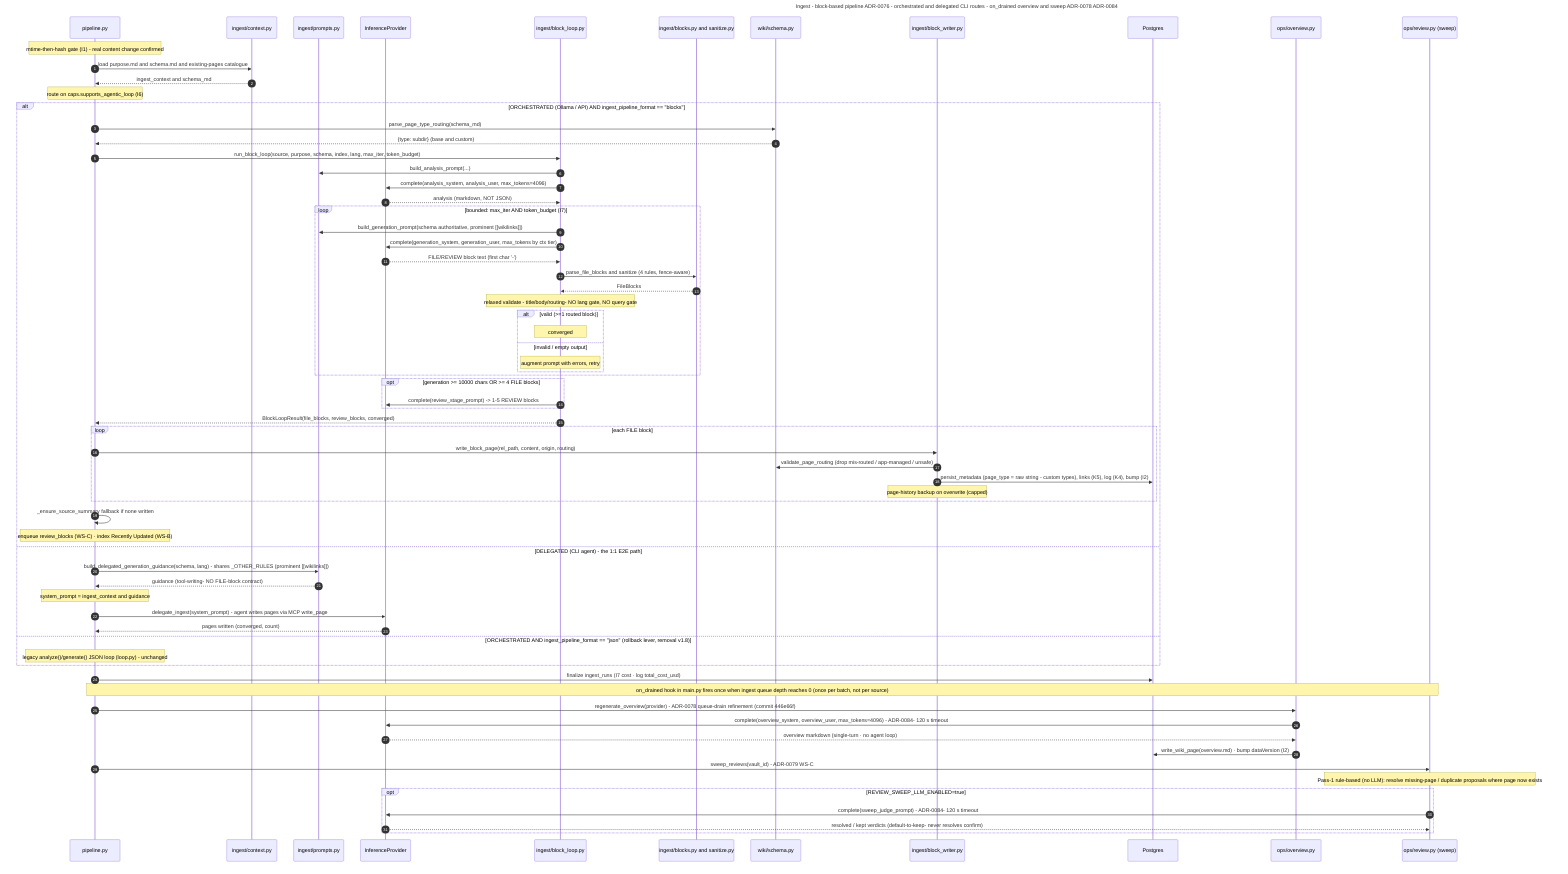
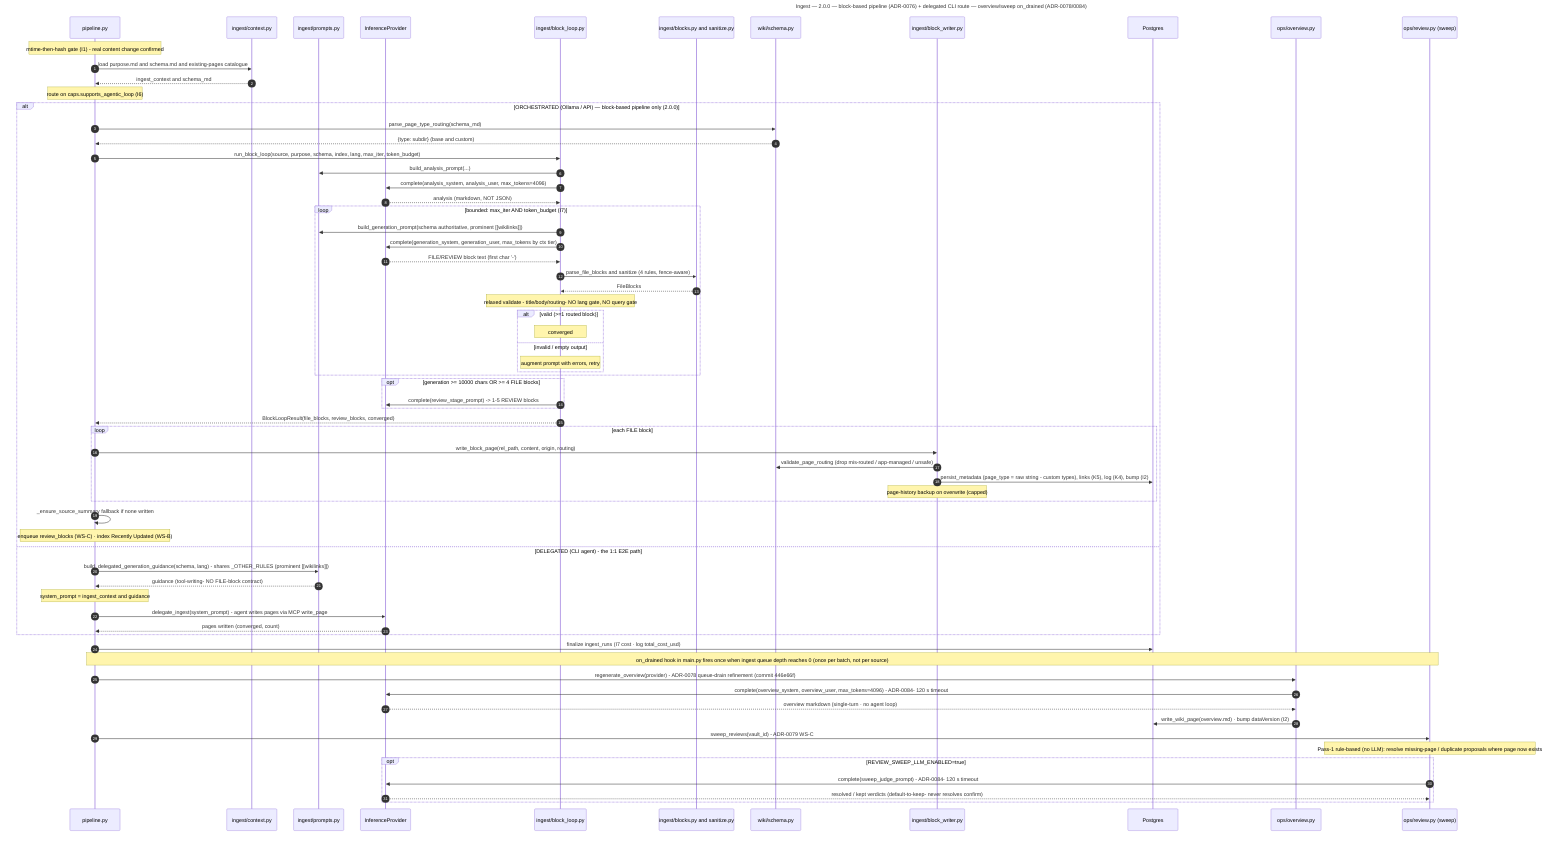
sequenceDiagram
-     %% Generated: v1.7.0 | 2026-07-14 | ADR-0076 block-based ingest pipeline · ADR-0078 refinement · ADR-0084
-     title Ingest - block-based pipeline ADR-0076 - orchestrated and delegated CLI routes - on_drained overview and sweep ADR-0078 ADR-0084
+     %% Generated: v2.0.0 docs/2.0.0-veritieri | 2026-07-17 | ADR-0076 block-based ingest pipeline · ADR-0078 refinement · ADR-0084
+     %% 2.0.0 BC-1: legacy JSON pipeline path (app.ingest.loop / ingest_pipeline_format="json") REMOVED.
+     %% Only the block-based orchestrated path and the CLI delegated path remain.
+     title Ingest — 2.0.0 — block-based pipeline (ADR-0076) + delegated CLI route — overview/sweep on_drained (ADR-0078/0084)
    autonumber

    participant PL as pipeline.py
    participant CTX as ingest/context.py
    participant PR as ingest/prompts.py
    participant P as InferenceProvider
    participant BL as ingest/block_loop.py
    participant BK as ingest/blocks.py and sanitize.py
    participant SC as wiki/schema.py
    participant BW as ingest/block_writer.py
    participant PG as Postgres
    participant OV as ops/overview.py
    participant RS as ops/review.py (sweep)

    Note over PL: mtime-then-hash gate (I1) - real content change confirmed
    PL->>CTX: load purpose.md and schema.md and existing-pages catalogue
    CTX-->>PL: ingest_context and schema_md
    Note over PL: route on caps.supports_agentic_loop (I6)

-     alt ORCHESTRATED (Ollama / API) AND ingest_pipeline_format == "blocks"
+     alt ORCHESTRATED (Ollama / API) — block-based pipeline only (2.0.0)
        PL->>SC: parse_page_type_routing(schema_md)
        SC-->>PL: {type: subdir} (base and custom)
        PL->>BL: run_block_loop(source, purpose, schema, index, lang, max_iter, token_budget)
        BL->>PR: build_analysis_prompt(...)
        BL->>P: complete(analysis_system, analysis_user, max_tokens=4096)
        P-->>BL: analysis (markdown, NOT JSON)
        loop bounded: max_iter AND token_budget (I7)
            BL->>PR: build_generation_prompt(schema authoritative, prominent [[wikilinks]])
            BL->>P: complete(generation_system, generation_user, max_tokens by ctx tier)
            P-->>BL: FILE/REVIEW block text (first char '-')
            BL->>BK: parse_file_blocks and sanitize (4 rules, fence-aware)
            BK-->>BL: FileBlocks
            Note over BL: relaxed validate - title/body/routing- NO lang gate, NO query gate
            alt valid (>=1 routed block)
                Note over BL: converged
            else invalid / empty output
                Note over BL: augment prompt with errors, retry
            end
        end
        opt generation >= 10000 chars OR >= 4 FILE blocks
            BL->>P: complete(review_stage_prompt) -> 1-5 REVIEW blocks
        end
        BL-->>PL: BlockLoopResult(file_blocks, review_blocks, converged)
        loop each FILE block
            PL->>BW: write_block_page(rel_path, content, origin, routing)
            BW->>SC: validate_page_routing (drop mis-routed / app-managed / unsafe)
            BW->>PG: persist_metadata (page_type = raw string - custom types), links (K5), log (K4), bump (I2)
            Note over BW: page-history backup on overwrite (capped)
        end
        PL->>PL: _ensure_source_summary fallback if none written
        Note over PL: enqueue review_blocks (WS-C) · index Recently Updated (WS-B)
    else DELEGATED (CLI agent) - the 1:1 E2E path
        PL->>PR: build_delegated_generation_guidance(schema, lang) - shares _OTHER_RULES (prominent [[wikilinks]])
        PR-->>PL: guidance (tool-writing- NO FILE-block contract)
        Note over PL: system_prompt = ingest_context and guidance
        PL->>P: delegate_ingest(system_prompt) - agent writes pages via MCP write_page
        P-->>PL: pages written (converged, count)
-     else ORCHESTRATED AND ingest_pipeline_format == "json" (rollback lever, removal v1.8)
-         Note over PL: legacy analyze()/generate() JSON loop (loop.py) - unchanged
    end
    PL->>PG: finalize ingest_runs (I7 cost · log total_cost_usd)
    Note over PL,RS: on_drained hook in main.py fires once when ingest queue depth reaches 0 (once per batch, not per source)
    PL->>OV: regenerate_overview(provider) - ADR-0078 queue-drain refinement (commit 446e66f)
    OV->>P: complete(overview_system, overview_user, max_tokens=4096) - ADR-0084- 120 s timeout
    P-->>OV: overview markdown (single-turn · no agent loop)
    OV->>PG: write_wiki_page(overview.md) · bump dataVersion (I2)
    PL->>RS: sweep_reviews(vault_id) - ADR-0079 WS-C
    Note over RS: Pass-1 rule-based (no LLM): resolve missing-page / duplicate proposals where page now exists
    opt REVIEW_SWEEP_LLM_ENABLED=true
        RS->>P: complete(sweep_judge_prompt) - ADR-0084- 120 s timeout
        P-->>RS: resolved / kept verdicts (default-to-keep- never resolves confirm)
    end
